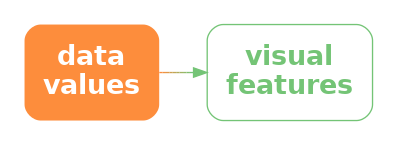
The Graphviz diagram Diagrams/data-vis.png in pmur002/hdvw, before a commit. Its source is kept beside it as Diagrams/data-vis.dot.
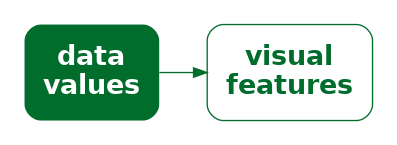
Later version of the same file.

Change to the diagram source:
```diff
@@ -1,8 +1,8 @@
 digraph {
   graph [ rankdir=LR; margin=.2; nodesep=.5 ];
   node [ fontsize=20; fontname="sans bold"; margin=.2 ];
-  data [ label="data\nvalues"; shape=box; style="filled, rounded"; penwidth=0; fontcolor=white; fillcolor="#FD8D3C" ]
+  data [ label="data\nvalues"; shape=box; style="filled, rounded"; penwidth=0; fontcolor=white; fillcolor="#006D2C" ]
   vis [ label="visual\nfeatures"; shape=box;
-     style="rounded"; color="#74C476"; fontcolor="#74C476" ]
-  data -> vis [ style="bold"; penwidth=1; color="#FD8D3C;0.1:#EE9342;0.1:#DF9949;0.1:#CF9F4F;0.1:#C0A556;0.1:#B1AC5C;0.1:#A2B263;0.1:#92B869;0.1:#83BE70;0.1:#74C476;0.1" ]
+     style="rounded"; color="#006D2C"; fontcolor="#006D2C" ]
+  data -> vis [ style="bold"; penwidth=1; color="#006D2C" ]
 }
```
